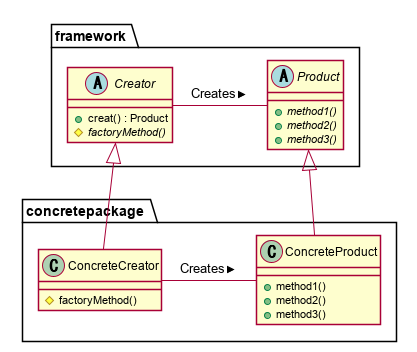
This is uml/FactoryMethod/FactoryMethodClassDiagram.png from TarosGitHub/DesignPatternLab, a PlantUML export, as it was before one commit.
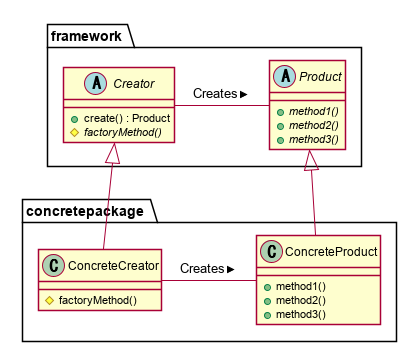
After the change.

Commit message:
Factory Methodパターン 誤植修正

The edit, as a diff of the source:
```diff
@@ -10,7 +10,7 @@
 	}
 
 	abstract class Creator {
-		+ creat() : Product
+		+ create() : Product
 		# {abstract} factoryMethod()
 	}
 
```
